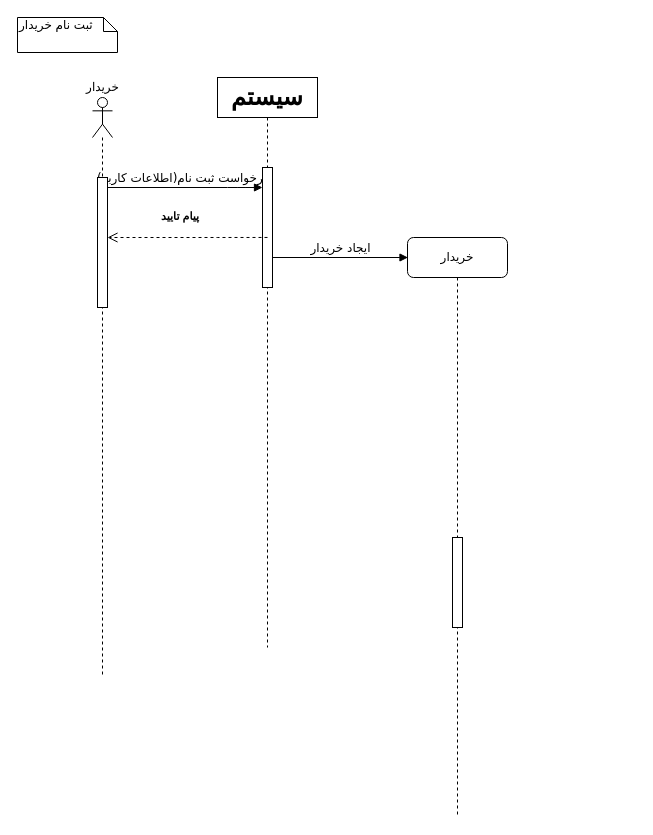
Above: Behavioural Modeling/customer_signup.drawio in khoramian/TahDig_SoftwareEngineering (draw.io), before the change. Source tidied: cells renumbered, new cells numbered last; positions are measured from the earlier drawing's top-left corner, leaving out a move shared by most shapes. Both pictures are drawn from the tidied source at 100%, with x=0, y=0 at pixel (17, 17).
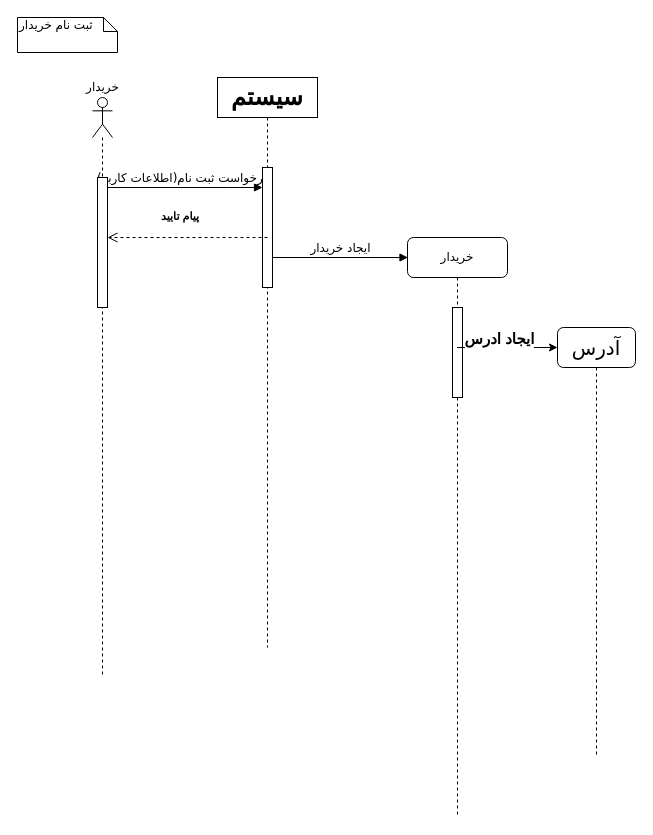
After the change.

The change refers to these unchanged cells:
```xml
<mxCell id="11" value="خریدار" style="shape=umlLifeline;perimeter=lifelinePerimeter;whiteSpace=wrap;html=1;rounded=1;shadow=0;comic=0;labelBackgroundColor=none;strokeWidth=1;fontFamily=Verdana;fontSize=12;align=center;" parent="1" vertex="1">
  <mxGeometry x="390" y="220" width="100" height="580" as="geometry" />
</mxCell>
```

Diff of the diagram source:
```diff
@@
     <mxCell id="12" style="html=1;perimeter=orthogonalPerimeter;rounded=0;shadow=0;comic=0;labelBackgroundColor=none;strokeWidth=1;fontFamily=Verdana;fontSize=12;align=center;" parent="11" vertex="1">
-      <mxGeometry x="45" y="300" width="10" height="90" as="geometry" />
+      <mxGeometry x="45" y="70" width="10" height="90" as="geometry" />
     </mxCell>
+    <mxCell id="13" value="&lt;font style=&quot;font-size: 20px&quot;&gt;آدرس&lt;/font&gt;" style="shape=umlLifeline;perimeter=lifelinePerimeter;whiteSpace=wrap;html=1;rounded=1;shadow=0;comic=0;labelBackgroundColor=none;strokeWidth=1;fontFamily=Verdana;fontSize=12;align=center;" parent="1" vertex="1">
+      <mxGeometry x="540" y="310" width="78" height="430" as="geometry" />
+    </mxCell>
+    <mxCell id="14" style="endArrow=classic;html=1;" parent="1" edge="1">
+      <mxGeometry relative="1" as="geometry">
+        <mxPoint x="439.5" y="330" as="sourcePoint" />
+        <mxPoint x="540" y="330" as="targetPoint" />
+        <Array as="points">
+          <mxPoint x="510" y="330" />
+        </Array>
+      </mxGeometry>
+    </mxCell>
+    <mxCell id="15" value="&lt;b&gt;&lt;font style=&quot;font-size: 15px&quot;&gt;ایجاد ادرس&lt;/font&gt;&lt;/b&gt;" style="edgeLabel;html=1;align=center;verticalAlign=middle;" parent="14" vertex="1">
+      <mxGeometry x="-0.17" y="3" relative="1" as="geometry">
+        <mxPoint y="-7" as="offset" />
+      </mxGeometry>
+    </mxCell>
```
